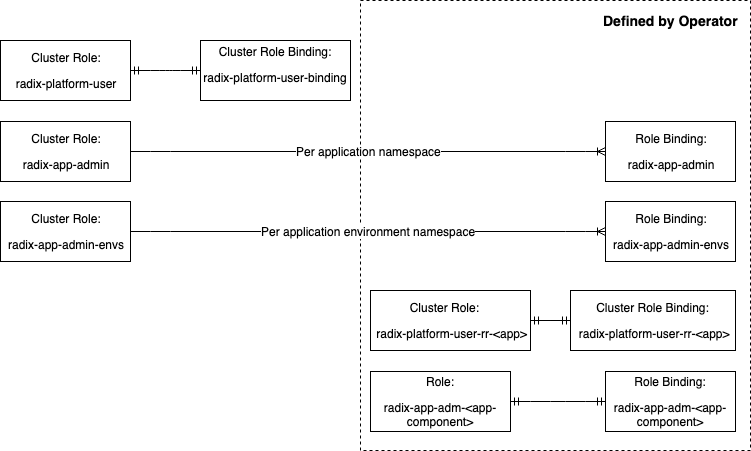
Before: docs/diagrams/platform_user.png, a diagram exported from draw.io (equinor/radix-operator). Source tidied: cells renumbered, new cells last; positions are measured from the earlier drawing's top-left corner, leaving out a move shared by most shapes. The source it was exported from:
```xml
<mxGraphModel>
  <root>
    <mxCell id="0" />
    <mxCell id="1" parent="0" />
    <mxCell id="2" value="&lt;div style=&quot;text-align: right&quot;&gt;&lt;br&gt;&lt;/div&gt;" style="rounded=0;whiteSpace=wrap;html=1;dashed=1;" parent="1" vertex="1">
      <mxGeometry x="360" width="390" height="450" as="geometry" />
    </mxCell>
    <mxCell id="3" value="&lt;p&gt;&lt;span&gt;Cluster Role:&lt;/span&gt;&lt;/p&gt;&lt;p&gt;&lt;span&gt;radix-platform-user&lt;/span&gt;&lt;/p&gt;" style="rounded=0;whiteSpace=wrap;html=1;" parent="1" vertex="1">
      <mxGeometry y="40" width="130" height="60" as="geometry" />
    </mxCell>
    <mxCell id="4" value="Cluster Role Binding:&lt;br&gt;&lt;p&gt;&lt;span&gt;radix-platform-user-binding&lt;/span&gt;&lt;/p&gt;" style="rounded=0;whiteSpace=wrap;html=1;" parent="1" vertex="1">
      <mxGeometry x="200" y="40" width="150" height="60" as="geometry" />
    </mxCell>
    <mxCell id="5" value="Defined by Operator" style="text;strokeColor=none;fillColor=none;html=1;fontSize=14;fontStyle=1;verticalAlign=middle;align=center;dashed=1;" parent="1" vertex="1">
      <mxGeometry x="590" width="160" height="40" as="geometry" />
    </mxCell>
    <mxCell id="6" style="edgeStyle=entityRelationEdgeStyle;fontSize=12;html=1;endArrow=ERmandOne;startArrow=ERmandOne;exitX=1;exitY=0.5;exitDx=0;exitDy=0;" parent="1" edge="1" source="3" target="4">
      <mxGeometry relative="1" as="geometry" />
    </mxCell>
    <mxCell id="7" value="&lt;p&gt;&lt;span&gt;Cluster Role:&lt;/span&gt;&lt;/p&gt;&lt;p&gt;&lt;/p&gt;&lt;p&gt;&lt;span&gt;radix-app-admin&lt;/span&gt;&lt;/p&gt;" style="rounded=0;whiteSpace=wrap;html=1;" parent="1" vertex="1">
      <mxGeometry y="121" width="130" height="60" as="geometry" />
    </mxCell>
    <mxCell id="8" value="&lt;p&gt;&lt;span&gt;Role Binding:&lt;/span&gt;&lt;/p&gt;&lt;p&gt;&lt;/p&gt;&lt;p&gt;&lt;span&gt;radix-app-admin&lt;/span&gt;&lt;/p&gt;" style="rounded=0;whiteSpace=wrap;html=1;" parent="1" vertex="1">
      <mxGeometry x="605" y="121" width="130" height="60" as="geometry" />
    </mxCell>
    <mxCell id="9" value="Per application namespace" style="edgeStyle=entityRelationEdgeStyle;fontSize=12;html=1;endArrow=ERoneToMany;exitX=1;exitY=0.5;exitDx=0;exitDy=0;" parent="1" edge="1" source="7" target="8">
      <mxGeometry relative="1" as="geometry" />
    </mxCell>
    <mxCell id="10" value="&lt;p&gt;&lt;span&gt;Cluster Role:&lt;/span&gt;&lt;/p&gt;&lt;p&gt;&lt;/p&gt;&lt;p&gt;&lt;span&gt;radix-app-admin-envs&lt;/span&gt;&lt;/p&gt;" style="rounded=0;whiteSpace=wrap;html=1;" parent="1" vertex="1">
      <mxGeometry y="201" width="130" height="60" as="geometry" />
    </mxCell>
    <mxCell id="11" value="Per application environment namespace" style="edgeStyle=entityRelationEdgeStyle;fontSize=12;html=1;endArrow=ERoneToMany;exitX=1;exitY=0.5;exitDx=0;exitDy=0;" parent="1" edge="1" source="10" target="12">
      <mxGeometry relative="1" as="geometry" />
    </mxCell>
    <mxCell id="12" value="&lt;p&gt;&lt;span&gt;Role Binding:&lt;/span&gt;&lt;/p&gt;&lt;p&gt;&lt;/p&gt;&lt;p&gt;&lt;/p&gt;&lt;p&gt;&lt;span&gt;radix-app-admin-envs&lt;/span&gt;&lt;/p&gt;" style="rounded=0;whiteSpace=wrap;html=1;" parent="1" vertex="1">
      <mxGeometry x="605" y="201" width="130" height="60" as="geometry" />
    </mxCell>
    <mxCell id="13" value="&lt;p style=&quot;text-align: left&quot;&gt;&lt;span&gt;&amp;nbsp; &amp;nbsp; &amp;nbsp; &amp;nbsp; &amp;nbsp; &amp;nbsp;Cluster Role:&lt;/span&gt;&lt;/p&gt;&lt;p style=&quot;text-align: left&quot;&gt;&lt;span&gt;&amp;nbsp;radix-platform-&lt;/span&gt;&lt;span&gt;user-rr-&lt;/span&gt;&lt;span&gt;&amp;lt;app&amp;gt;&lt;/span&gt;&lt;/p&gt;" style="rounded=0;whiteSpace=wrap;html=1;align=left;" parent="1" vertex="1">
      <mxGeometry x="370" y="290" width="160" height="60" as="geometry" />
    </mxCell>
    <mxCell id="14" value="&lt;p&gt;&lt;span&gt;Cluster Role Binding:&lt;/span&gt;&lt;/p&gt;&lt;p&gt;&lt;/p&gt;&lt;p&gt;&lt;span&gt;&amp;nbsp;radix-platform-&lt;/span&gt;&lt;span&gt;user-rr-&lt;/span&gt;&lt;span&gt;&amp;lt;app&amp;gt;&lt;/span&gt;&lt;br&gt;&lt;/p&gt;" style="rounded=0;whiteSpace=wrap;html=1;" parent="1" vertex="1">
      <mxGeometry x="570" y="290" width="165" height="60" as="geometry" />
    </mxCell>
    <mxCell id="15" value="&lt;p&gt;&lt;span&gt;Role:&lt;/span&gt;&lt;/p&gt;&lt;p&gt;&lt;/p&gt;&lt;p&gt;&lt;span&gt;radix-app-adm&lt;/span&gt;-&amp;lt;app-component&amp;gt;&lt;/p&gt;" style="rounded=0;whiteSpace=wrap;html=1;" parent="1" vertex="1">
      <mxGeometry x="370" y="371" width="140" height="60" as="geometry" />
    </mxCell>
    <mxCell id="16" value="&lt;p&gt;&lt;span&gt;Role Binding:&lt;/span&gt;&lt;/p&gt;&lt;p&gt;&lt;/p&gt;&lt;p&gt;radix-app-adm-&amp;lt;app-component&amp;gt;&lt;br&gt;&lt;/p&gt;" style="rounded=0;whiteSpace=wrap;html=1;" parent="1" vertex="1">
      <mxGeometry x="605" y="371" width="130" height="60" as="geometry" />
    </mxCell>
    <mxCell id="17" style="edgeStyle=entityRelationEdgeStyle;fontSize=12;html=1;endArrow=ERmandOne;startArrow=ERmandOne;exitX=1;exitY=0.5;exitDx=0;exitDy=0;entryX=0;entryY=0.5;entryDx=0;entryDy=0;" parent="1" edge="1" target="16">
      <mxGeometry relative="1" as="geometry">
        <mxPoint x="510" y="401" as="sourcePoint" />
      </mxGeometry>
    </mxCell>
    <mxCell id="18" style="edgeStyle=entityRelationEdgeStyle;fontSize=12;html=1;endArrow=ERmandOne;startArrow=ERmandOne;entryX=0;entryY=0.5;entryDx=0;entryDy=0;exitX=1;exitY=0.5;exitDx=0;exitDy=0;" parent="1" edge="1" source="13" target="14">
      <mxGeometry relative="1" as="geometry" />
    </mxCell>
  </root>
</mxGraphModel>
```
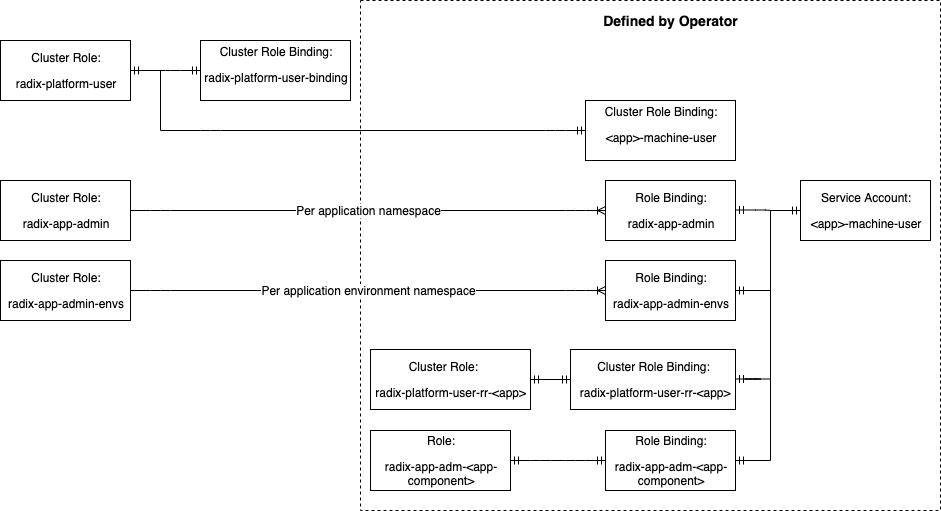
After the commit.

Commit message:
Added documentation of machine user service account

Change to the diagram source:
```diff
@@ -3,16 +3,16 @@
     <mxCell id="0" />
     <mxCell id="1" parent="0" />
     <mxCell id="2" value="&lt;div style=&quot;text-align: right&quot;&gt;&lt;br&gt;&lt;/div&gt;" style="rounded=0;whiteSpace=wrap;html=1;dashed=1;" parent="1" vertex="1">
-      <mxGeometry x="360" width="390" height="450" as="geometry" />
+      <mxGeometry x="360" y="-59" width="580" height="510" as="geometry" />
     </mxCell>
     <mxCell id="3" value="&lt;p&gt;&lt;span&gt;Cluster Role:&lt;/span&gt;&lt;/p&gt;&lt;p&gt;&lt;span&gt;radix-platform-user&lt;/span&gt;&lt;/p&gt;" style="rounded=0;whiteSpace=wrap;html=1;" parent="1" vertex="1">
-      <mxGeometry y="40" width="130" height="60" as="geometry" />
+      <mxGeometry y="-19" width="130" height="60" as="geometry" />
     </mxCell>
     <mxCell id="4" value="Cluster Role Binding:&lt;br&gt;&lt;p&gt;&lt;span&gt;radix-platform-user-binding&lt;/span&gt;&lt;/p&gt;" style="rounded=0;whiteSpace=wrap;html=1;" parent="1" vertex="1">
-      <mxGeometry x="200" y="40" width="150" height="60" as="geometry" />
+      <mxGeometry x="200" y="-19" width="150" height="60" as="geometry" />
     </mxCell>
     <mxCell id="5" value="Defined by Operator" style="text;strokeColor=none;fillColor=none;html=1;fontSize=14;fontStyle=1;verticalAlign=middle;align=center;dashed=1;" parent="1" vertex="1">
-      <mxGeometry x="590" width="160" height="40" as="geometry" />
+      <mxGeometry x="590" y="-59" width="160" height="40" as="geometry" />
     </mxCell>
     <mxCell id="6" style="edgeStyle=entityRelationEdgeStyle;fontSize=12;html=1;endArrow=ERmandOne;startArrow=ERmandOne;exitX=1;exitY=0.5;exitDx=0;exitDy=0;" parent="1" edge="1" source="3" target="4">
       <mxGeometry relative="1" as="geometry" />
@@ -55,5 +55,48 @@
     <mxCell id="18" style="edgeStyle=entityRelationEdgeStyle;fontSize=12;html=1;endArrow=ERmandOne;startArrow=ERmandOne;entryX=0;entryY=0.5;entryDx=0;entryDy=0;exitX=1;exitY=0.5;exitDx=0;exitDy=0;" parent="1" edge="1" source="13" target="14">
       <mxGeometry relative="1" as="geometry" />
     </mxCell>
+    <mxCell id="19" value="Cluster Role Binding:&lt;br&gt;&lt;p&gt;&lt;span&gt;&amp;lt;app&amp;gt;-machine-user&lt;/span&gt;&lt;/p&gt;" style="rounded=0;whiteSpace=wrap;html=1;" parent="1" vertex="1">
+      <mxGeometry x="585" y="41" width="150" height="60" as="geometry" />
+    </mxCell>
+    <mxCell id="20" style="shape=partialRectangle;whiteSpace=wrap;html=1;top=0;left=0;fillColor=none;direction=south;" parent="1" vertex="1">
+      <mxGeometry x="160" y="11" width="30" height="60" as="geometry" />
+    </mxCell>
+    <mxCell id="21" style="shape=partialRectangle;whiteSpace=wrap;html=1;top=0;left=0;fillColor=none;direction=north;" parent="1" vertex="1">
+      <mxGeometry x="130" y="11" width="30" height="40" as="geometry" />
+    </mxCell>
+    <mxCell id="22" style="edgeStyle=entityRelationEdgeStyle;fontSize=12;html=1;endArrow=ERmandOne;startArrow=none;entryX=0;entryY=0.5;entryDx=0;entryDy=0;exitX=1;exitY=0.5;exitDx=0;exitDy=0;startFill=0;" parent="1" edge="1" target="19">
+      <mxGeometry relative="1" as="geometry">
+        <mxPoint x="180" y="71" as="sourcePoint" />
+      </mxGeometry>
+    </mxCell>
+    <mxCell id="23" value="&lt;p&gt;&lt;span&gt;Service Account:&lt;/span&gt;&lt;/p&gt;&lt;p&gt;&lt;/p&gt;&lt;p&gt;&amp;lt;app&amp;gt;-machine-user&lt;br&gt;&lt;/p&gt;" style="rounded=0;whiteSpace=wrap;html=1;" parent="1" vertex="1">
+      <mxGeometry x="800" y="121" width="130" height="60" as="geometry" />
+    </mxCell>
+    <mxCell id="24" style="edgeStyle=entityRelationEdgeStyle;fontSize=12;html=1;endArrow=ERmandOne;startArrow=ERmandOne;entryX=0;entryY=0.5;entryDx=0;entryDy=0;exitX=1;exitY=0.5;exitDx=0;exitDy=0;" parent="1" edge="1" target="23">
+      <mxGeometry relative="1" as="geometry">
+        <mxPoint x="735" y="150.5" as="sourcePoint" />
+      </mxGeometry>
+    </mxCell>
+    <mxCell id="25" style="shape=partialRectangle;whiteSpace=wrap;html=1;top=0;left=0;fillColor=none;direction=west;" parent="1" vertex="1">
+      <mxGeometry x="770" y="151" width="30" height="250" as="geometry" />
+    </mxCell>
+    <mxCell id="26" style="edgeStyle=entityRelationEdgeStyle;fontSize=12;html=1;endArrow=none;startArrow=ERmandOne;exitX=1;exitY=0.5;exitDx=0;exitDy=0;endFill=0;" parent="1" edge="1">
+      <mxGeometry relative="1" as="geometry">
+        <mxPoint x="735" y="231" as="sourcePoint" />
+        <mxPoint x="770" y="231" as="targetPoint" />
+      </mxGeometry>
+    </mxCell>
+    <mxCell id="27" style="edgeStyle=entityRelationEdgeStyle;fontSize=12;html=1;endArrow=none;startArrow=ERmandOne;exitX=1;exitY=0.5;exitDx=0;exitDy=0;endFill=0;" parent="1" edge="1">
+      <mxGeometry relative="1" as="geometry">
+        <mxPoint x="735" y="319.5" as="sourcePoint" />
+        <mxPoint x="770" y="319.5" as="targetPoint" />
+      </mxGeometry>
+    </mxCell>
+    <mxCell id="28" style="edgeStyle=entityRelationEdgeStyle;fontSize=12;html=1;endArrow=none;startArrow=ERmandOne;exitX=1;exitY=0.5;exitDx=0;exitDy=0;endFill=0;" parent="1" edge="1">
+      <mxGeometry relative="1" as="geometry">
+        <mxPoint x="735" y="401" as="sourcePoint" />
+        <mxPoint x="770" y="401" as="targetPoint" />
+      </mxGeometry>
+    </mxCell>
   </root>
 </mxGraphModel>
```
